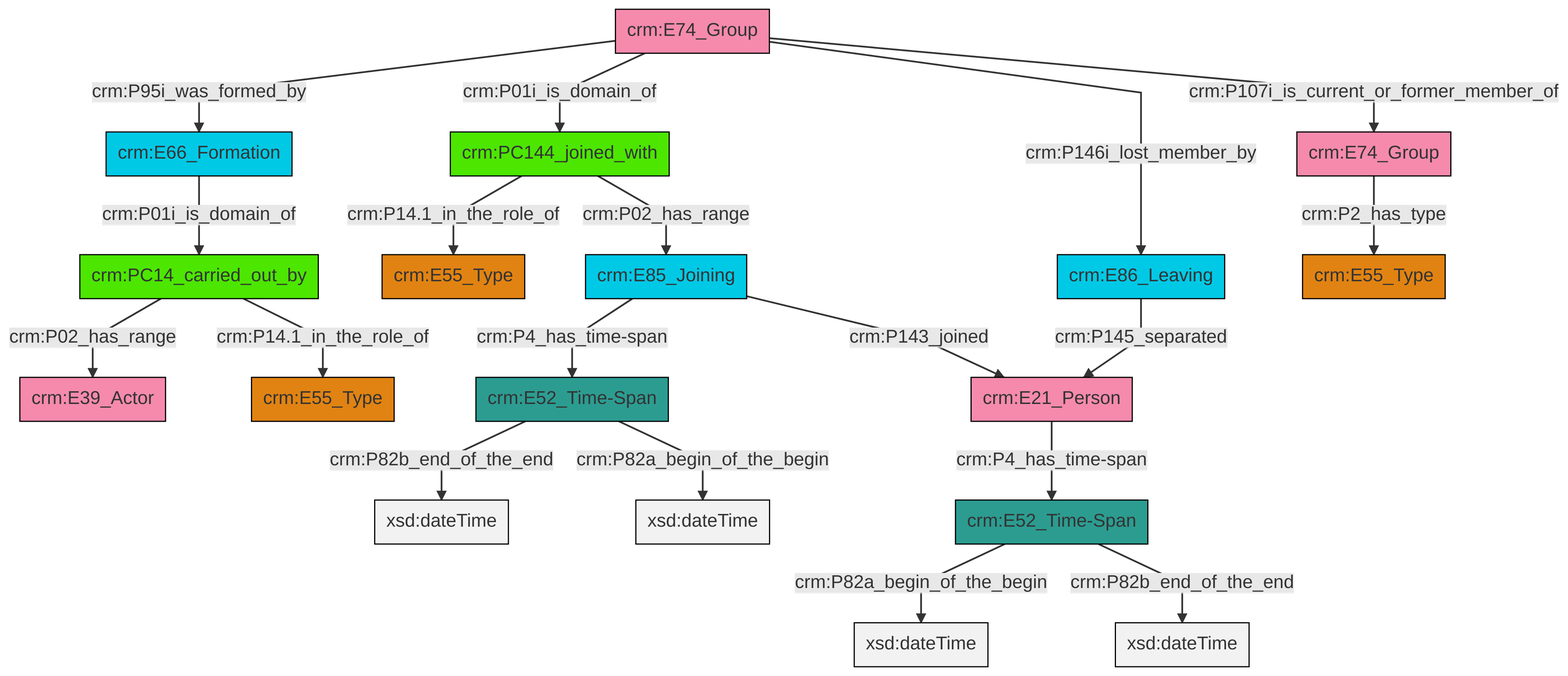
swiss-art-research-net/reference-data-models keeps this Mermaid diagram as et/groupCSV/ttl/mmd/png/group_actor_relations.png. Above is the earlier version. Its source is kept beside it as et/groupCSV/ttl/mmd/group_actor_relations.ttl.mmd.
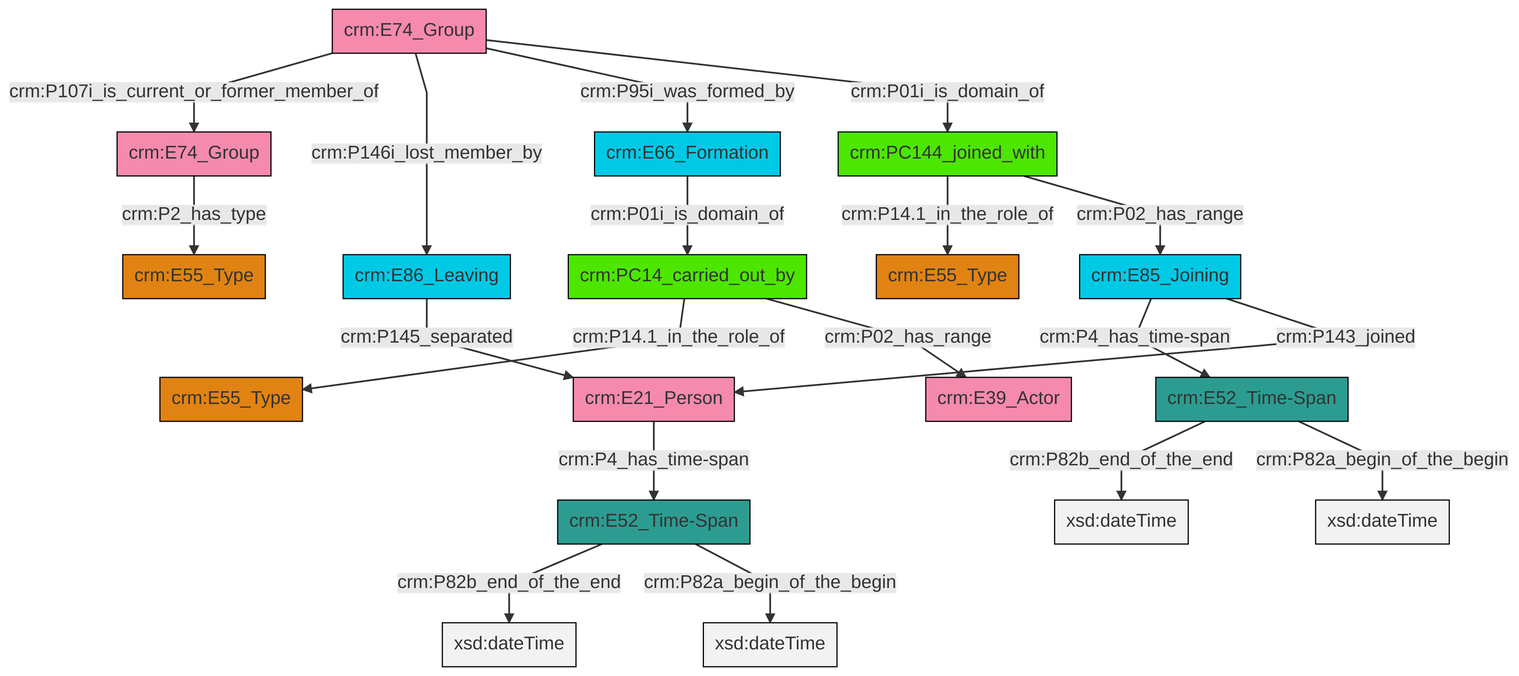
After the commit.

What changed in the source:
```diff
@@ -13,21 +13,21 @@
 classDef PC_Classes fill:#4ce600, stroke:#000000;
 classDef Multi fill:#cccccc,stroke:#000000;
 
-0["crm:E74_Group"]:::Actor -->|crm:P2_has_type| 1["crm:E55_Type"]:::Type
-2["crm:E74_Group"]:::Actor -->|crm:P95i_was_formed_by| 3["crm:E66_Formation"]:::Temporal_Entity
-3["crm:E66_Formation"]:::Temporal_Entity -->|crm:P01i_is_domain_of| 6["crm:PC14_carried_out_by"]:::PC_Classes
-7["crm:E52_Time-Span"]:::Time-Span -->|crm:P82b_end_of_the_end| 8[xsd:dateTime]:::Literal
-9["crm:E52_Time-Span"]:::Time-Span -->|crm:P82a_begin_of_the_begin| 10[xsd:dateTime]:::Literal
-13["crm:PC144_joined_with"]:::PC_Classes -->|crm:P14.1_in_the_role_of| 4["crm:E55_Type"]:::Type
-6["crm:PC14_carried_out_by"]:::PC_Classes -->|crm:P02_has_range| 17["crm:E39_Actor"]:::Actor
-7["crm:E52_Time-Span"]:::Time-Span -->|crm:P82a_begin_of_the_begin| 20[xsd:dateTime]:::Literal
-9["crm:E52_Time-Span"]:::Time-Span -->|crm:P82b_end_of_the_end| 21[xsd:dateTime]:::Literal
-6["crm:PC14_carried_out_by"]:::PC_Classes -->|crm:P14.1_in_the_role_of| 11["crm:E55_Type"]:::Type
-2["crm:E74_Group"]:::Actor -->|crm:P01i_is_domain_of| 13["crm:PC144_joined_with"]:::PC_Classes
-13["crm:PC144_joined_with"]:::PC_Classes -->|crm:P02_has_range| 24["crm:E85_Joining"]:::Temporal_Entity
-24["crm:E85_Joining"]:::Temporal_Entity -->|crm:P4_has_time-span| 7["crm:E52_Time-Span"]:::Time-Span
-25["crm:E21_Person"]:::Actor -->|crm:P4_has_time-span| 9["crm:E52_Time-Span"]:::Time-Span
-28["crm:E86_Leaving"]:::Temporal_Entity -->|crm:P145_separated| 25["crm:E21_Person"]:::Actor
-2["crm:E74_Group"]:::Actor -->|crm:P146i_lost_member_by| 28["crm:E86_Leaving"]:::Temporal_Entity
-2["crm:E74_Group"]:::Actor -->|crm:P107i_is_current_or_former_member_of| 0["crm:E74_Group"]:::Actor
-24["crm:E85_Joining"]:::Temporal_Entity -->|crm:P143_joined| 25["crm:E21_Person"]:::Actor
+2["crm:E52_Time-Span"]:::Time-Span -->|crm:P82b_end_of_the_end| 3[xsd:dateTime]:::Literal
+4["crm:E74_Group"]:::Actor -->|crm:P107i_is_current_or_former_member_of| 5["crm:E74_Group"]:::Actor
+8["crm:PC14_carried_out_by"]:::PC_Classes -->|crm:P14.1_in_the_role_of| 9["crm:E55_Type"]:::Type
+4["crm:E74_Group"]:::Actor -->|crm:P146i_lost_member_by| 12["crm:E86_Leaving"]:::Temporal_Entity
+13["crm:PC144_joined_with"]:::PC_Classes -->|crm:P14.1_in_the_role_of| 0["crm:E55_Type"]:::Type
+14["crm:E21_Person"]:::Actor -->|crm:P4_has_time-span| 10["crm:E52_Time-Span"]:::Time-Span
+10["crm:E52_Time-Span"]:::Time-Span -->|crm:P82b_end_of_the_end| 16[xsd:dateTime]:::Literal
+4["crm:E74_Group"]:::Actor -->|crm:P95i_was_formed_by| 17["crm:E66_Formation"]:::Temporal_Entity
+17["crm:E66_Formation"]:::Temporal_Entity -->|crm:P01i_is_domain_of| 8["crm:PC14_carried_out_by"]:::PC_Classes
+5["crm:E74_Group"]:::Actor -->|crm:P2_has_type| 6["crm:E55_Type"]:::Type
+4["crm:E74_Group"]:::Actor -->|crm:P01i_is_domain_of| 13["crm:PC144_joined_with"]:::PC_Classes
+10["crm:E52_Time-Span"]:::Time-Span -->|crm:P82a_begin_of_the_begin| 28[xsd:dateTime]:::Literal
+2["crm:E52_Time-Span"]:::Time-Span -->|crm:P82a_begin_of_the_begin| 30[xsd:dateTime]:::Literal
+8["crm:PC14_carried_out_by"]:::PC_Classes -->|crm:P02_has_range| 21["crm:E39_Actor"]:::Actor
+26["crm:E85_Joining"]:::Temporal_Entity -->|crm:P4_has_time-span| 2["crm:E52_Time-Span"]:::Time-Span
+26["crm:E85_Joining"]:::Temporal_Entity -->|crm:P143_joined| 14["crm:E21_Person"]:::Actor
+12["crm:E86_Leaving"]:::Temporal_Entity -->|crm:P145_separated| 14["crm:E21_Person"]:::Actor
+13["crm:PC144_joined_with"]:::PC_Classes -->|crm:P02_has_range| 26["crm:E85_Joining"]:::Temporal_Entity
```
